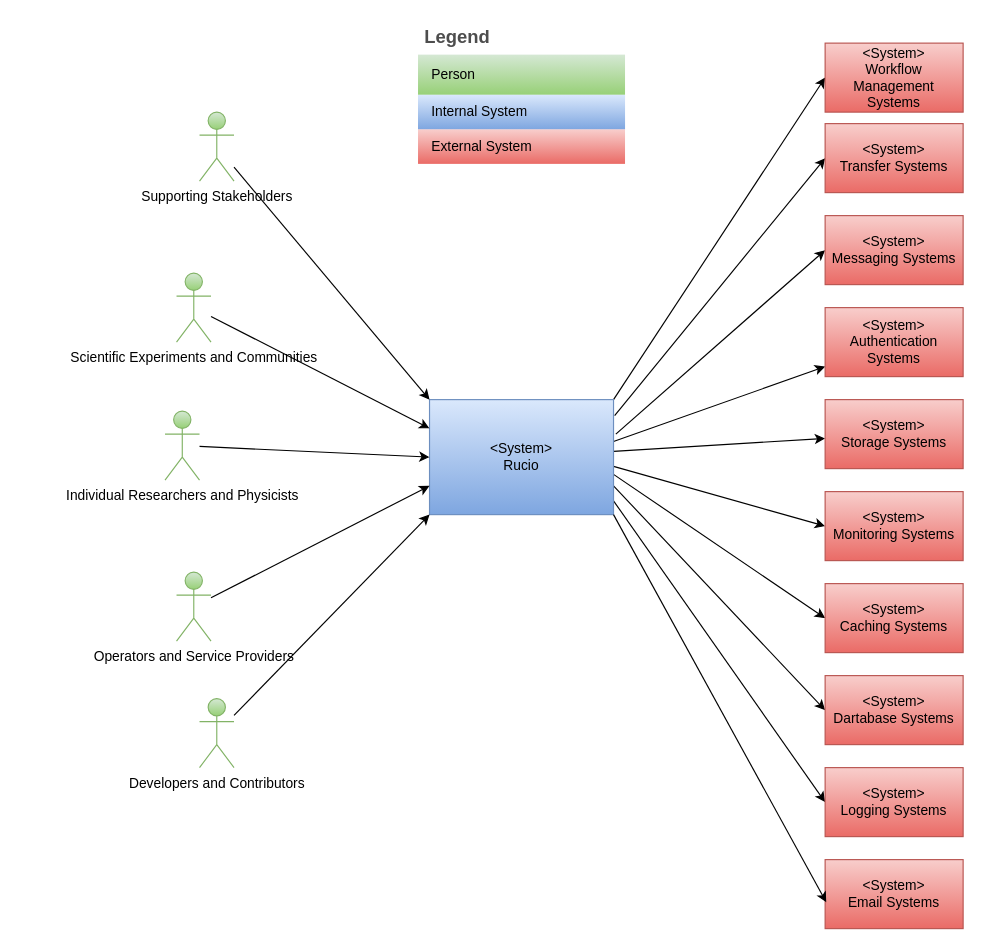
mgajek-cern/architecture-docs keeps this draw.io diagram as diagrams/Context View.drawio. Above is the earlier version. Source tidied: cells renumbered, new cells numbered last; positions are measured from the earlier drawing's top-left corner, leaving out a move shared by most shapes. Both pictures are drawn from the tidied source at 115%, with x=0, y=0 at pixel (164, 20).
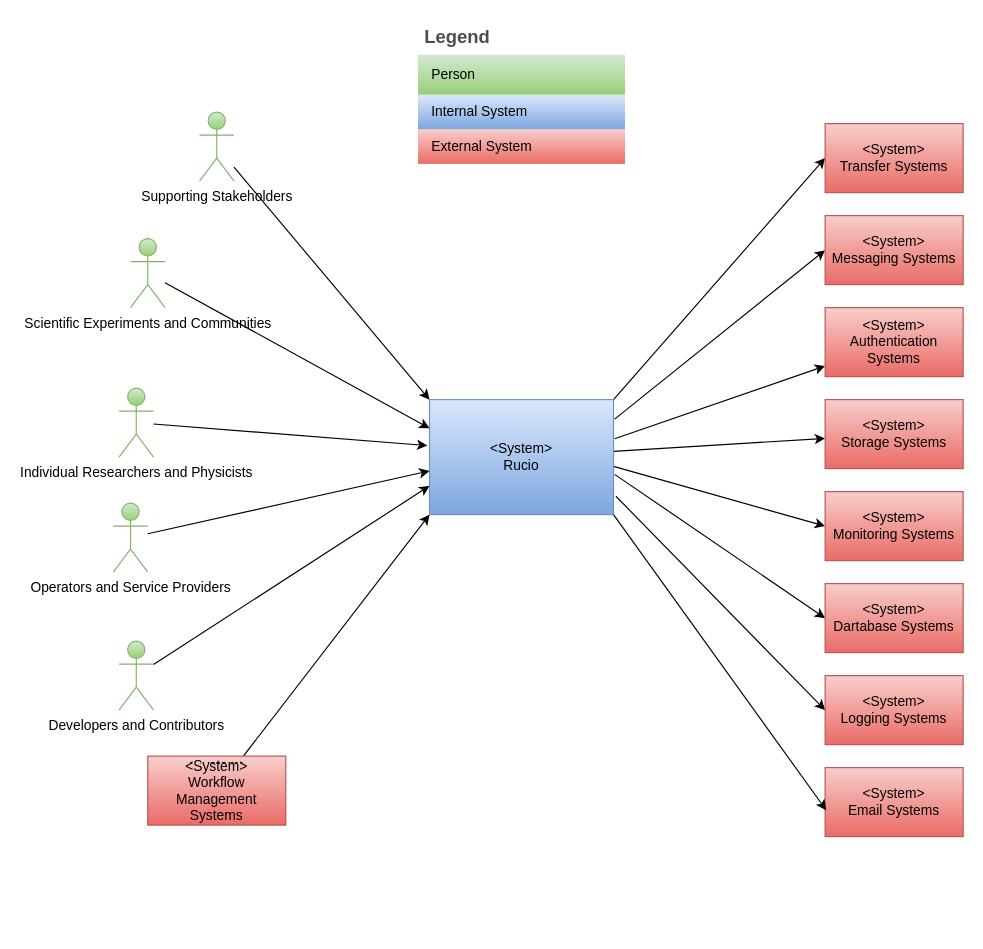
Above is the later version.

Commit message (it also covers changes not shown here):
docs: update Context view section and diagram; striketrough external Caching system since not yet integrated

The change refers to these unchanged cells:
```xml
<mxCell id="11" value="&amp;lt;System&amp;gt;&lt;br&gt;Rucio" style="rounded=0;whiteSpace=wrap;html=1;fillColor=#dae8fc;gradientColor=#7ea6e0;strokeColor=#6c8ebf;" parent="1" vertex="1">
  <mxGeometry x="230" y="330" width="160" height="100" as="geometry" />
</mxCell>
<mxCell id="12" value="&lt;span style=&quot;color: rgb(0, 0, 0);&quot;&gt;&amp;lt;System&amp;gt;&lt;/span&gt;&lt;br&gt;Authentication Systems" style="rounded=0;whiteSpace=wrap;html=1;fillColor=#f8cecc;gradientColor=#ea6b66;strokeColor=#b85450;" parent="1" vertex="1">
  <mxGeometry x="574" y="250" width="120" height="60" as="geometry" />
</mxCell>
<mxCell id="15" value="&amp;lt;System&amp;gt;&lt;br&gt;Messaging Systems" style="rounded=0;whiteSpace=wrap;html=1;fillColor=#f8cecc;gradientColor=#ea6b66;strokeColor=#b85450;" parent="1" vertex="1">
  <mxGeometry x="574" y="170" width="120" height="60" as="geometry" />
</mxCell>
<mxCell id="35" value="&lt;span style=&quot;color: rgb(0, 0, 0);&quot;&gt;&amp;lt;System&amp;gt;&lt;/span&gt;&lt;br&gt;Transfer Systems" style="rounded=0;whiteSpace=wrap;html=1;fillColor=#f8cecc;gradientColor=#ea6b66;strokeColor=#b85450;" parent="1" vertex="1">
  <mxGeometry x="574" y="90" width="120" height="60" as="geometry" />
</mxCell>
```

Change to the diagram source:
```diff
@@
-    <mxCell id="2" style="rounded=0;jettySize=auto;html=1;entryX=0;entryY=0.5;entryDx=0;entryDy=0;" parent="1" edge="1" target="15">
-      <mxGeometry relative="1" as="geometry">
-        <mxPoint x="392" y="360" as="sourcePoint" />
-      </mxGeometry>
+    <mxCell id="2" style="rounded=0;jettySize=auto;html=1;entryX=0;entryY=0.5;entryDx=0;entryDy=0;exitX=1.006;exitY=0.17;exitDx=0;exitDy=0;exitPerimeter=0;" parent="1" edge="1" source="11" target="15">
+      <mxGeometry relative="1" as="geometry" />
     </mxCell>
-    <mxCell id="3" style="rounded=0;jettySize=auto;html=1;exitX=0.996;exitY=0.367;exitDx=0;exitDy=0;exitPerimeter=0;" parent="1" edge="1" source="11" target="12">
+    <mxCell id="3" style="rounded=0;jettySize=auto;html=1;exitX=1.006;exitY=0.34;exitDx=0;exitDy=0;exitPerimeter=0;" parent="1" edge="1" source="11" target="12">
       <mxGeometry relative="1" as="geometry" />
     </mxCell>
@@
-    <mxCell id="6" style="rounded=0;jettySize=auto;html=1;entryX=0;entryY=0.5;entryDx=0;entryDy=0;exitX=1;exitY=0.65;exitDx=0;exitDy=0;exitPerimeter=0;" parent="1" edge="1" source="11" target="16">
-      <mxGeometry relative="1" as="geometry" />
-    </mxCell>
-    <mxCell id="7" style="edgeStyle=none;html=1;entryX=0;entryY=0.5;entryDx=0;entryDy=0;exitX=1;exitY=0.75;exitDx=0;exitDy=0;" parent="1" edge="1" source="11" target="34">
+    <mxCell id="7" style="edgeStyle=none;html=1;entryX=0;entryY=0.5;entryDx=0;entryDy=0;exitX=1.006;exitY=0.65;exitDx=0;exitDy=0;exitPerimeter=0;" parent="1" edge="1" source="11" target="34">
       <mxGeometry relative="1" as="geometry" />
     </mxCell>
-    <mxCell id="8" style="edgeStyle=none;html=1;entryX=0;entryY=0.5;entryDx=0;entryDy=0;exitX=1.006;exitY=0.14;exitDx=0;exitDy=0;exitPerimeter=0;" parent="1" edge="1" source="11" target="35">
+    <mxCell id="8" style="edgeStyle=none;html=1;entryX=0;entryY=0.5;entryDx=0;entryDy=0;exitX=1;exitY=0;exitDx=0;exitDy=0;" parent="1" edge="1" source="11" target="35">
       <mxGeometry relative="1" as="geometry" />
     </mxCell>
-    <mxCell id="9" style="edgeStyle=none;html=1;entryX=0;entryY=0.5;entryDx=0;entryDy=0;exitX=1;exitY=0.88;exitDx=0;exitDy=0;exitPerimeter=0;" parent="1" edge="1" source="11" target="36">
+    <mxCell id="9" style="edgeStyle=none;html=1;entryX=0;entryY=0.5;entryDx=0;entryDy=0;exitX=1.013;exitY=0.84;exitDx=0;exitDy=0;exitPerimeter=0;" parent="1" edge="1" source="11" target="36">
       <mxGeometry relative="1" as="geometry" />
     </mxCell>
-    <mxCell id="10" style="edgeStyle=none;html=1;entryX=0;entryY=0.5;entryDx=0;entryDy=0;exitX=1;exitY=0;exitDx=0;exitDy=0;" parent="1" edge="1" source="11" target="37">
-      <mxGeometry relative="1" as="geometry" />
-    </mxCell>
@@
-    <mxCell id="16" value="&lt;span style=&quot;color: rgb(0, 0, 0);&quot;&gt;&amp;lt;System&amp;gt;&lt;/span&gt;&lt;br&gt;Caching Systems" style="rounded=0;whiteSpace=wrap;html=1;fillColor=#f8cecc;gradientColor=#ea6b66;strokeColor=#b85450;" parent="1" vertex="1">
-      <mxGeometry x="574" y="490" width="120" height="60" as="geometry" />
-    </mxCell>
-    <mxCell id="17" style="rounded=0;jettySize=auto;html=1;entryX=0;entryY=0.25;entryDx=0;entryDy=0;" parent="1" edge="1" source="18" target="11">
+    <mxCell id="17" style="edgeStyle=none;html=1;entryX=0;entryY=0.25;entryDx=0;entryDy=0;" parent="1" edge="1" source="18" target="11">
       <mxGeometry relative="1" as="geometry" />
     </mxCell>
     <mxCell id="18" value="Scientific Experiments and Communities" style="shape=umlActor;verticalLabelPosition=bottom;verticalAlign=top;html=1;outlineConnect=0;fillColor=#d5e8d4;gradientColor=#97d077;strokeColor=#82b366;" parent="1" vertex="1">
-      <mxGeometry x="10" y="220" width="30" height="60" as="geometry" />
+      <mxGeometry x="-30" y="190" width="30" height="60" as="geometry" />
     </mxCell>
     <mxCell id="19" value="Individual Researchers and Physicists" style="shape=umlActor;verticalLabelPosition=bottom;verticalAlign=top;html=1;outlineConnect=0;fillColor=#d5e8d4;gradientColor=#97d077;strokeColor=#82b366;" parent="1" vertex="1">
-      <mxGeometry y="340" width="30" height="60" as="geometry" />
+      <mxGeometry x="-40" y="320" width="30" height="60" as="geometry" />
     </mxCell>
-    <mxCell id="20" style="rounded=0;jettySize=auto;html=1;entryX=0;entryY=0.75;entryDx=0;entryDy=0;" parent="1" edge="1" source="21" target="11">
+    <mxCell id="20" style="rounded=0;jettySize=auto;html=1;entryX=0;entryY=0.62;entryDx=0;entryDy=0;entryPerimeter=0;" parent="1" edge="1" source="21" target="11">
       <mxGeometry relative="1" as="geometry" />
     </mxCell>
     <mxCell id="21" value="Operators and Service Providers" style="shape=umlActor;verticalLabelPosition=bottom;verticalAlign=top;html=1;outlineConnect=0;fillColor=#d5e8d4;gradientColor=#97d077;strokeColor=#82b366;" parent="1" vertex="1">
-      <mxGeometry x="10" y="480" width="30" height="60" as="geometry" />
+      <mxGeometry x="-45" y="420" width="30" height="60" as="geometry" />
     </mxCell>
-    <mxCell id="22" style="rounded=0;jettySize=auto;html=1;entryX=0;entryY=1;entryDx=0;entryDy=0;" parent="1" edge="1" source="23" target="11">
+    <mxCell id="22" style="rounded=0;jettySize=auto;html=1;entryX=0;entryY=0.75;entryDx=0;entryDy=0;" parent="1" edge="1" source="23" target="11">
       <mxGeometry relative="1" as="geometry" />
     </mxCell>
     <mxCell id="23" value="&lt;div&gt;Developers and Contributors&lt;/div&gt;" style="shape=umlActor;verticalLabelPosition=bottom;verticalAlign=top;html=1;outlineConnect=0;fillColor=#d5e8d4;gradientColor=#97d077;strokeColor=#82b366;" parent="1" vertex="1">
-      <mxGeometry x="30" y="590" width="30" height="60" as="geometry" />
+      <mxGeometry x="-40" y="540" width="30" height="60" as="geometry" />
     </mxCell>
@@
-    <mxCell id="26" style="rounded=0;jettySize=auto;html=1;entryX=0;entryY=0.5;entryDx=0;entryDy=0;" parent="1" edge="1" source="19" target="11">
+    <mxCell id="26" style="rounded=0;jettySize=auto;html=1;entryX=-0.012;entryY=0.4;entryDx=0;entryDy=0;entryPerimeter=0;" parent="1" edge="1" source="19" target="11">
       <mxGeometry relative="1" as="geometry" />
     </mxCell>
@@
     <mxCell id="34" value="&lt;span style=&quot;color: rgb(0, 0, 0);&quot;&gt;&amp;lt;System&amp;gt;&lt;/span&gt;&lt;br&gt;Dartabase Systems" style="rounded=0;whiteSpace=wrap;html=1;fillColor=#f8cecc;gradientColor=#ea6b66;strokeColor=#b85450;" parent="1" vertex="1">
-      <mxGeometry x="574" y="570" width="120" height="60" as="geometry" />
+      <mxGeometry x="574" y="490" width="120" height="60" as="geometry" />
     </mxCell>
@@
     <mxCell id="36" value="&lt;span style=&quot;color: rgb(0, 0, 0);&quot;&gt;&amp;lt;System&amp;gt;&lt;/span&gt;&lt;br&gt;&lt;span style=&quot;color: rgb(0, 0, 0);&quot;&gt;Logging Systems&lt;/span&gt;" style="rounded=0;whiteSpace=wrap;html=1;fillColor=#f8cecc;gradientColor=#ea6b66;strokeColor=#b85450;" parent="1" vertex="1">
-      <mxGeometry x="574" y="650" width="120" height="60" as="geometry" />
+      <mxGeometry x="574" y="570" width="120" height="60" as="geometry" />
     </mxCell>
-    <mxCell id="37" value="&lt;span style=&quot;color: rgb(0, 0, 0);&quot;&gt;&amp;lt;System&amp;gt;&lt;/span&gt;&lt;br&gt;Workflow Management Systems" style="rounded=0;whiteSpace=wrap;html=1;fillColor=#f8cecc;gradientColor=#ea6b66;strokeColor=#b85450;" parent="1" vertex="1">
-      <mxGeometry x="574" y="20" width="120" height="60" as="geometry" />
-    </mxCell>
     <mxCell id="38" value="&lt;span style=&quot;color: rgb(0, 0, 0);&quot;&gt;&amp;lt;System&amp;gt;&lt;/span&gt;&lt;br&gt;&lt;span style=&quot;color: rgb(0, 0, 0);&quot;&gt;Email Systems&lt;/span&gt;" style="rounded=0;whiteSpace=wrap;html=1;fillColor=#f8cecc;gradientColor=#ea6b66;strokeColor=#b85450;" parent="1" vertex="1">
-      <mxGeometry x="574" y="730" width="120" height="60" as="geometry" />
+      <mxGeometry x="574" y="650" width="120" height="60" as="geometry" />
     </mxCell>
@@
+    <mxCell id="40" style="edgeStyle=none;html=1;entryX=0;entryY=1;entryDx=0;entryDy=0;" parent="1" edge="1" source="37" target="11">
+      <mxGeometry relative="1" as="geometry" />
+    </mxCell>
+    <mxCell id="37" value="&lt;span style=&quot;color: rgb(0, 0, 0);&quot;&gt;&amp;lt;System&amp;gt;&lt;/span&gt;&lt;br&gt;Workflow Management Systems" style="rounded=0;whiteSpace=wrap;html=1;fillColor=#f8cecc;gradientColor=#ea6b66;strokeColor=#b85450;" parent="1" vertex="1">
+      <mxGeometry x="-15" y="640" width="120" height="60" as="geometry" />
+    </mxCell>
```
